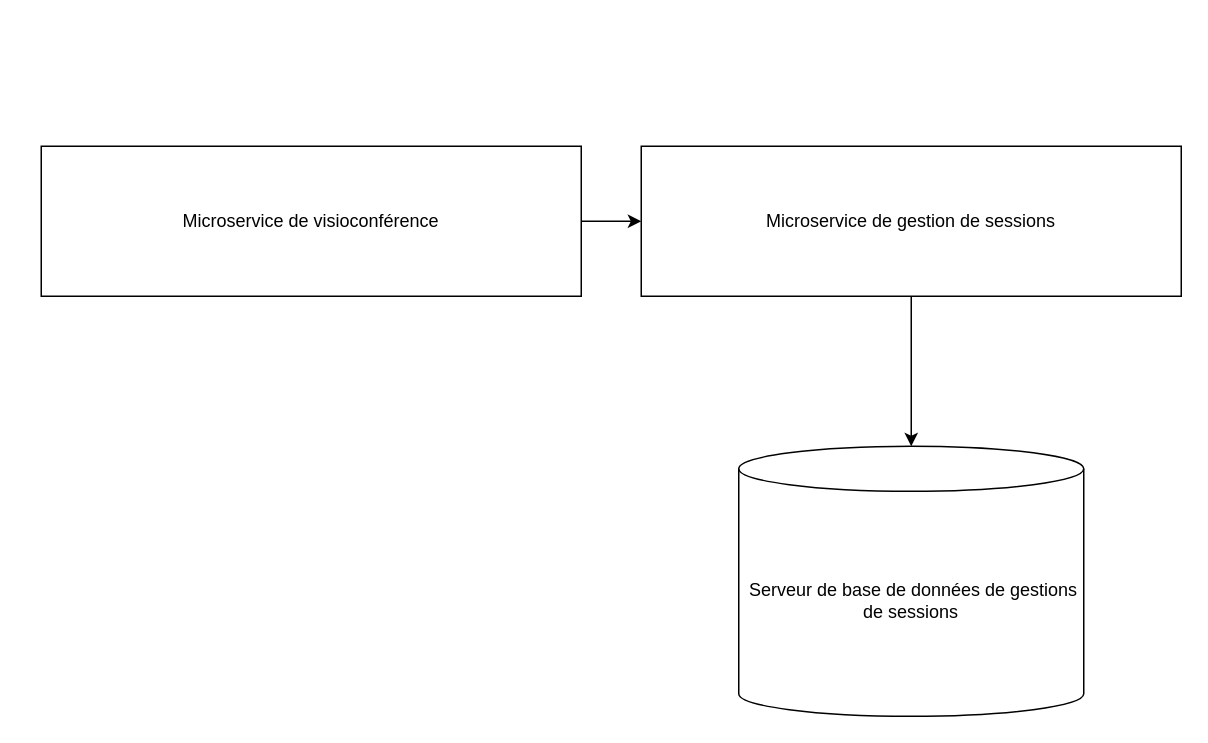
Earlier version of the draw.io diagram Technical architecture.drawio (cjour/audit_logistics). Source tidied: cells renumbered, new cells numbered last; positions are measured from the earlier drawing's top-left corner, leaving out a move shared by most shapes. Both pictures are drawn from the tidied source at 150%, with x=0, y=0 at pixel (40, 146).
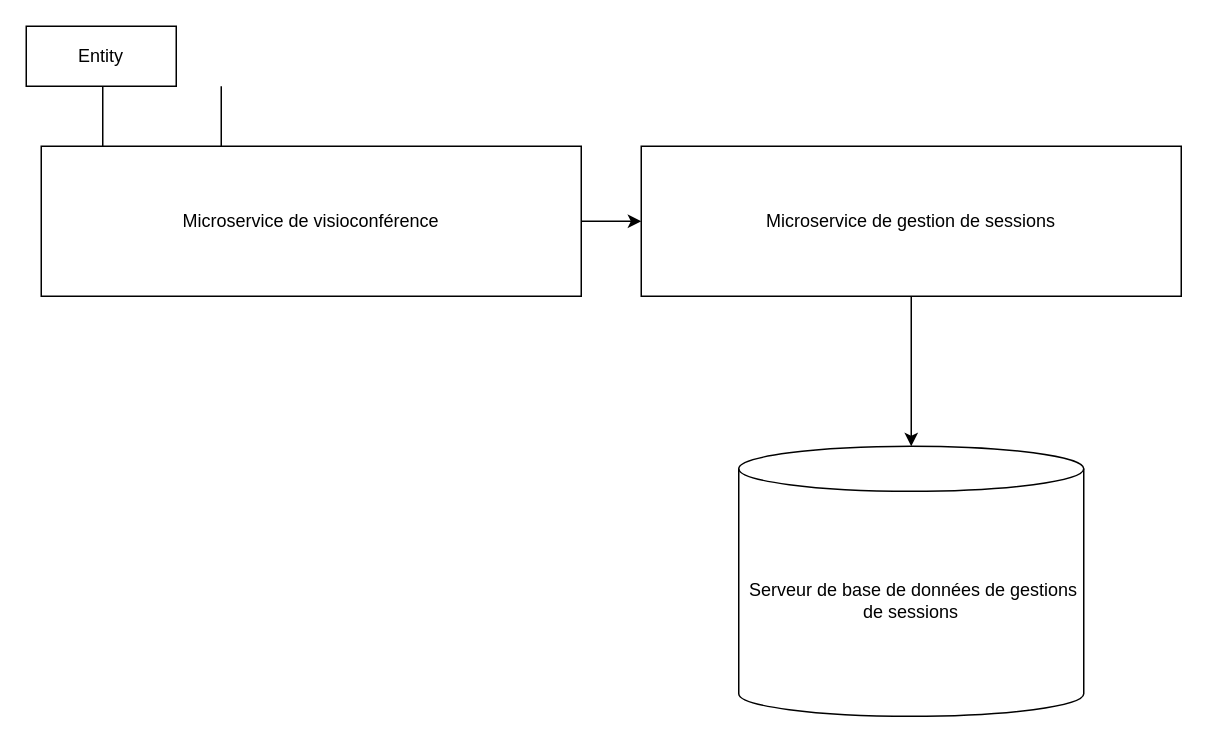
The same diagram, later.

Diff of the diagram source:
```diff
@@
 <mxGraphModel>
   <root>
     <mxCell id="0" />
     <mxCell id="1" parent="0" />
     <mxCell id="2" value="Microservice de visioconférence" style="rounded=0;whiteSpace=wrap;html=1;" parent="1" vertex="1">
       <mxGeometry width="360" height="100" as="geometry" />
     </mxCell>
     <mxCell id="3" value="Microservice de gestion de sessions" style="rounded=0;whiteSpace=wrap;html=1;" parent="1" vertex="1">
       <mxGeometry x="400" width="360" height="100" as="geometry" />
     </mxCell>
     <mxCell id="4" value="&lt;span style=&quot;white-space: pre&quot;&gt; &lt;/span&gt;Serveur de base de données de gestions de sessions" style="shape=cylinder3;whiteSpace=wrap;html=1;boundedLbl=1;backgroundOutline=1;size=15;" parent="1" vertex="1">
       <mxGeometry x="465" y="200" width="230" height="180" as="geometry" />
     </mxCell>
     <mxCell id="5" style="endArrow=classic;html=1;rounded=0;entryX=0.5;entryY=0;entryDx=0;entryDy=0;entryPerimeter=0;exitX=0.5;exitY=1;exitDx=0;exitDy=0;" parent="1" edge="1" source="3" target="4">
       <mxGeometry relative="1" as="geometry" />
     </mxCell>
     <mxCell id="6" style="endArrow=classic;html=1;rounded=0;entryX=0;entryY=0.5;entryDx=0;entryDy=0;exitX=1;exitY=0.5;exitDx=0;exitDy=0;" parent="1" edge="1" source="2" target="3">
       <mxGeometry relative="1" as="geometry" />
     </mxCell>
+    <mxCell id="7" style="endArrow=none;html=1;rounded=0;exitX=0.25;exitY=0;exitDx=0;exitDy=0;" parent="1" edge="1">
+      <mxGeometry relative="1" as="geometry">
+        <mxPoint x="41" as="sourcePoint" />
+        <mxPoint x="41" y="-40" as="targetPoint" />
+      </mxGeometry>
+    </mxCell>
+    <mxCell id="8" style="endArrow=none;html=1;rounded=0;exitX=0.25;exitY=0;exitDx=0;exitDy=0;" parent="1" edge="1">
+      <mxGeometry relative="1" as="geometry">
+        <mxPoint x="120" as="sourcePoint" />
+        <mxPoint x="120" y="-40" as="targetPoint" />
+      </mxGeometry>
+    </mxCell>
+    <mxCell id="9" value="Entity" style="whiteSpace=wrap;html=1;align=center;" parent="1" vertex="1">
+      <mxGeometry x="-10" y="-80" width="100" height="40" as="geometry" />
+    </mxCell>
   </root>
 </mxGraphModel>
```
